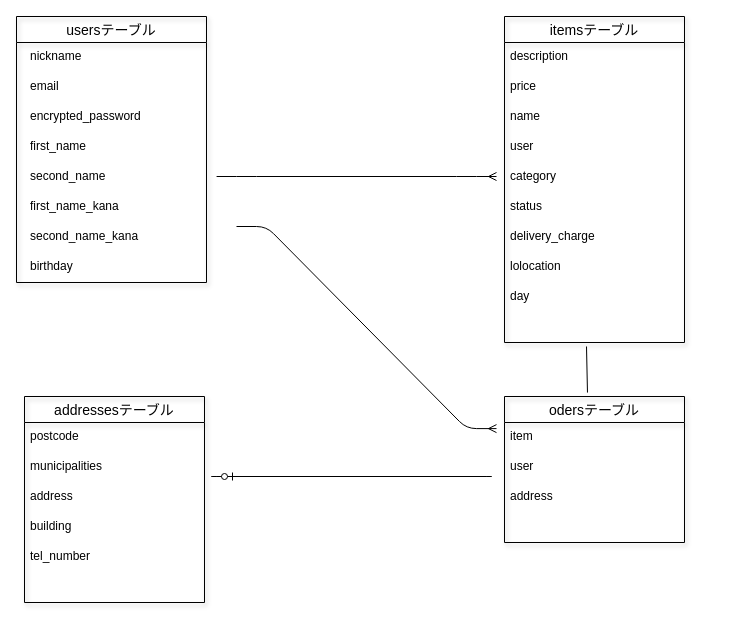
The draw.io diagram ER.dio in pamapama1/furima-37270, before the edit. Source tidied: cells renumbered, new cells numbered last; positions are measured from the earlier drawing's top-left corner, leaving out a move shared by most shapes. Both pictures are drawn from the tidied source at 100%, with x=0, y=0 at pixel (16, 16).
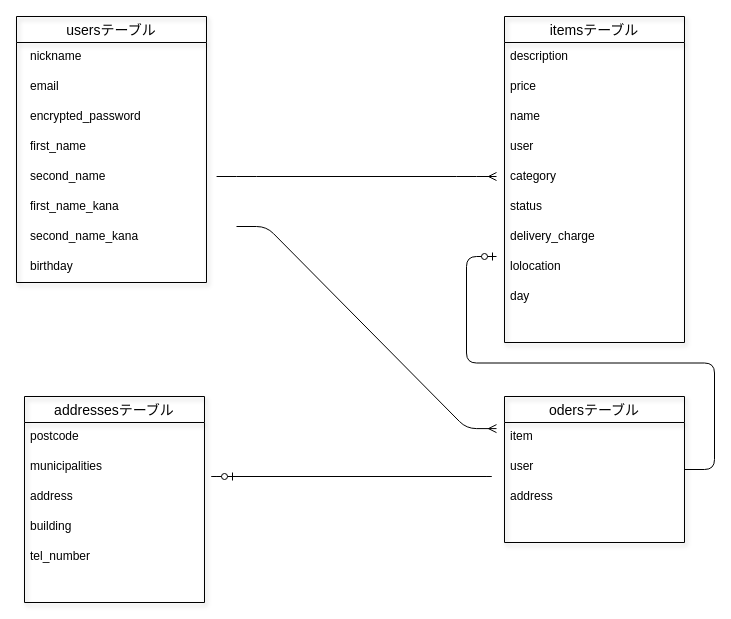
After the change.

Unchanged cells that the change refers to:
```xml
<mxCell id="26" value="odersテーブル" style="swimlane;fontStyle=0;horizontal=1;startSize=26;align=center;fontSize=14;shadow=1;strokeColor=default;fillColor=none;" parent="25" vertex="1">
  <mxGeometry x="8" width="180" height="146" as="geometry" />
</mxCell>
```

Diff of the diagram source:
```diff
@@
-    <mxCell id="39" style="endArrow=none;html=1;fontSize=1;targetPerimeterSpacing=0;strokeWidth=1;exitX=0.461;exitY=-0.027;exitDx=0;exitDy=0;exitPerimeter=0;" parent="1" edge="1" source="26">
-      <mxGeometry relative="1" as="geometry">
-        <mxPoint x="570" y="330" as="targetPoint" />
-      </mxGeometry>
-    </mxCell>
@@
+    <mxCell id="42" style="edgeStyle=entityRelationEdgeStyle;fontSize=12;html=1;endArrow=ERzeroToOne;endFill=1;targetPerimeterSpacing=0;strokeWidth=1;" parent="1" edge="1" source="26">
+      <mxGeometry relative="1" as="geometry">
+        <mxPoint x="480" y="240" as="targetPoint" />
+      </mxGeometry>
+    </mxCell>
```
